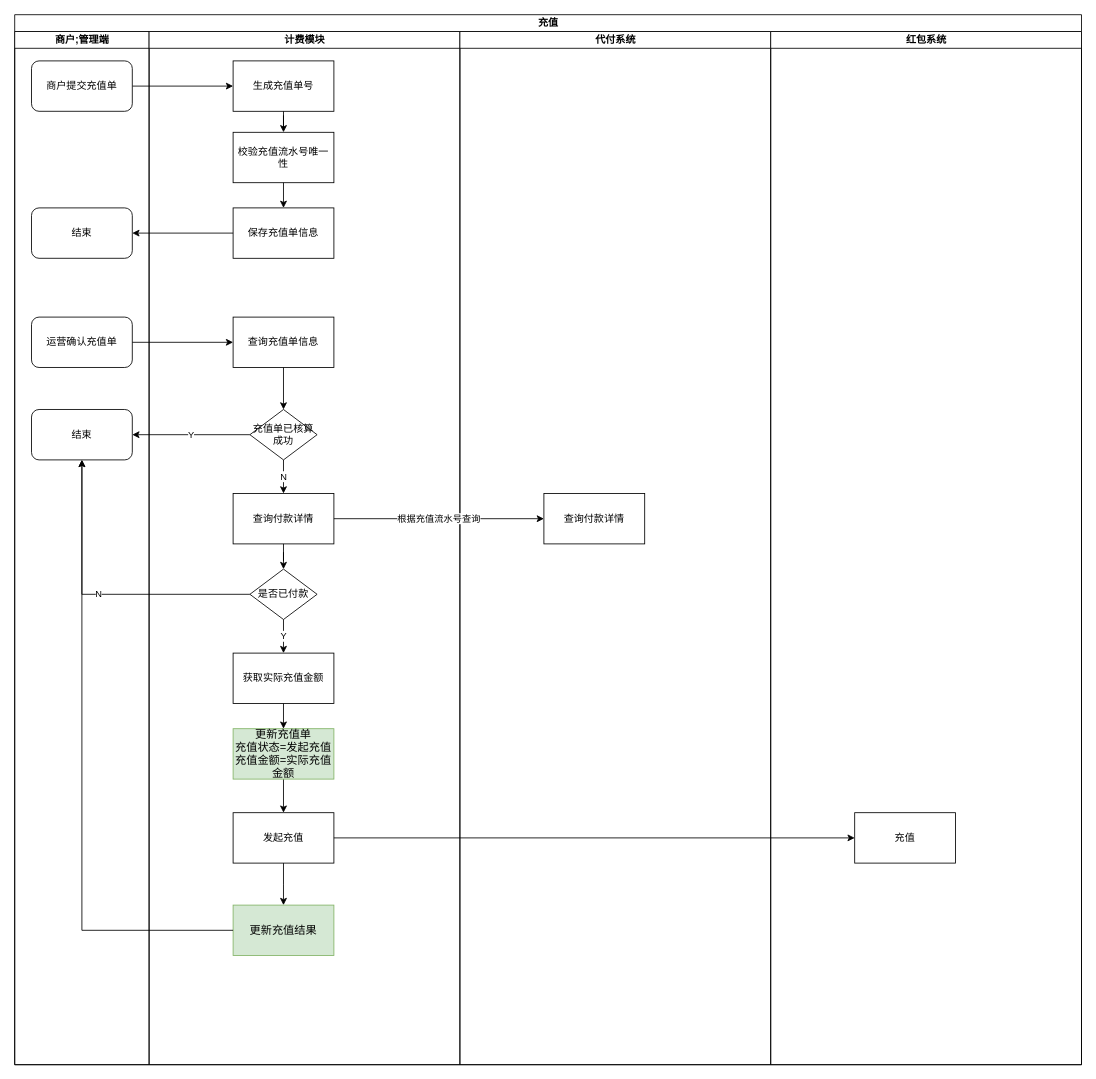
The draw.io diagram page "充值" (6 of 9) of 商业化广告.drawio in pekah/Draw, before the edit. Source tidied: cells renumbered, new cells numbered last; positions are measured from the earlier drawing's top-left corner, leaving out a move shared by most shapes. Both pictures are drawn from the tidied source at 84%, with x=0, y=0 at pixel (14, 14).
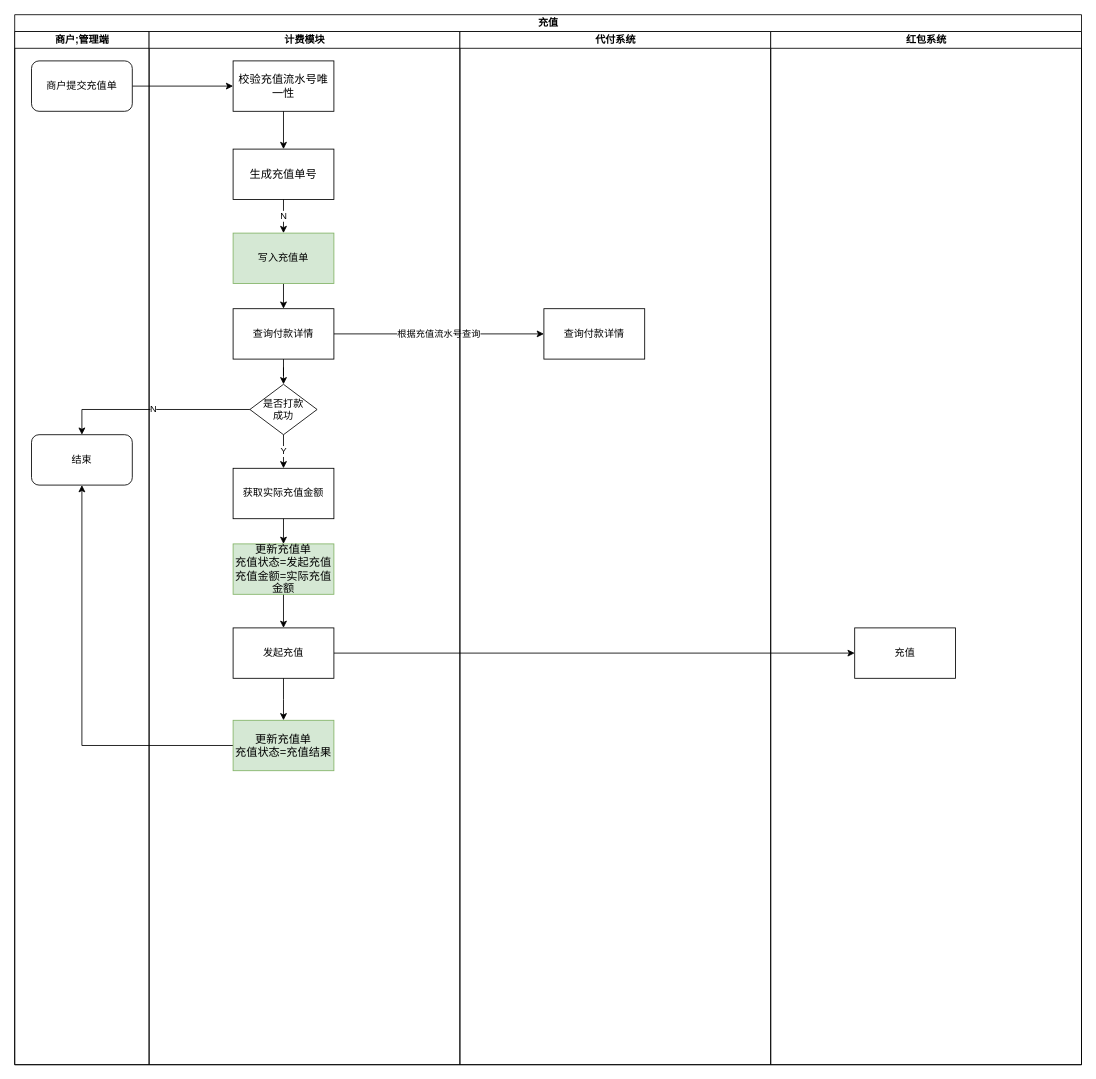
After the change.

The change refers to these unchanged cells:
```xml
<mxCell id="2" value="充值" style="swimlane;html=1;startSize=20;" parent="1" vertex="1">
  <mxGeometry width="1270" height="1250" as="geometry" />
</mxCell>
<mxCell id="4" value="商户;管理端" style="swimlane;html=1;startSize=20;" parent="2" vertex="1">
  <mxGeometry y="20" width="160" height="1230" as="geometry" />
</mxCell>
<mxCell id="9" value="计费模块" style="swimlane;html=1;startSize=20;" parent="2" vertex="1">
  <mxGeometry x="160" y="20" width="370" height="1230" as="geometry" />
</mxCell>
<mxCell id="27" value="代付系统" style="swimlane;html=1;startSize=20;" parent="2" vertex="1">
  <mxGeometry x="530" y="20" width="370" height="1230" as="geometry" />
</mxCell>
<mxCell id="35" value="红包系统" style="swimlane;html=1;startSize=20;" parent="2" vertex="1">
  <mxGeometry x="900" y="20" width="370" height="1230" as="geometry" />
</mxCell>
```

Change to the diagram source:
```diff
@@
-    <mxCell id="6" value="运营确认充值单" style="rounded=1;whiteSpace=wrap;html=1;" parent="4" vertex="1">
-      <mxGeometry x="20" y="340" width="120" height="60" as="geometry" />
-    </mxCell>
-    <mxCell id="7" value="结束" style="rounded=1;whiteSpace=wrap;html=1;" parent="4" vertex="1">
-      <mxGeometry x="20" y="210" width="120" height="60" as="geometry" />
-    </mxCell>
-    <mxCell id="8" value="结束" style="rounded=1;whiteSpace=wrap;html=1;" parent="4" vertex="1">
-      <mxGeometry x="20" y="450" width="120" height="60" as="geometry" />
-    </mxCell>
+    <mxCell id="41" value="结束" style="rounded=1;whiteSpace=wrap;html=1;" parent="4" vertex="1">
+      <mxGeometry x="20" y="480" width="120" height="60" as="geometry" />
+    </mxCell>
+    <mxCell id="32" value="根据充值流水号查询" style="edgeStyle=orthogonalEdgeStyle;rounded=0;jettySize=auto;html=1;exitX=1;exitY=0.5;exitDx=0;exitDy=0;entryX=0;entryY=0.5;entryDx=0;entryDy=0;" parent="2" edge="1" source="18" target="28">
+      <mxGeometry relative="1" as="geometry" />
+    </mxCell>
+    <mxCell id="33" value="N" style="edgeStyle=orthogonalEdgeStyle;rounded=0;jettySize=auto;html=1;entryX=0.5;entryY=0;entryDx=0;entryDy=0;" parent="2" edge="1" source="20" target="41">
+      <mxGeometry relative="1" as="geometry" />
+    </mxCell>
+    <mxCell id="34" style="edgeStyle=orthogonalEdgeStyle;rounded=0;jettySize=auto;html=1;exitX=1;exitY=0.5;exitDx=0;exitDy=0;" parent="2" edge="1" source="25" target="36">
+      <mxGeometry relative="1" as="geometry" />
+    </mxCell>
+    <mxCell id="37" style="edgeStyle=orthogonalEdgeStyle;rounded=0;jettySize=auto;html=1;entryX=0.5;entryY=1;entryDx=0;entryDy=0;" parent="2" edge="1" source="26" target="41">
+      <mxGeometry relative="1" as="geometry" />
+    </mxCell>
@@
-    <mxCell id="10" value="生成充值单号" style="rounded=0;whiteSpace=wrap;html=1;" parent="9" vertex="1">
+    <mxCell id="10" value="&lt;span style=&quot;font-size: 13.3333px&quot;&gt;校验充值流水号唯一性&lt;/span&gt;" style="rounded=0;whiteSpace=wrap;html=1;" parent="9" vertex="1">
       <mxGeometry x="100" y="35" width="120" height="60" as="geometry" />
     </mxCell>
-    <mxCell id="11" value="校验充值流水号唯一性" style="rounded=0;whiteSpace=wrap;html=1;" parent="9" vertex="1">
-      <mxGeometry x="100" y="120" width="120" height="60" as="geometry" />
+    <mxCell id="11" value="&lt;span style=&quot;font-size: 13.3333px&quot;&gt;生成充值单号&lt;/span&gt;" style="rounded=0;whiteSpace=wrap;html=1;" parent="9" vertex="1">
+      <mxGeometry x="100" y="140" width="120" height="60" as="geometry" />
     </mxCell>
@@
-    <mxCell id="13" value="保存充值单信息" style="rounded=0;whiteSpace=wrap;html=1;" parent="9" vertex="1">
-      <mxGeometry x="100" y="210" width="120" height="60" as="geometry" />
-    </mxCell>
-    <mxCell id="14" style="edgeStyle=orthogonalEdgeStyle;rounded=0;jettySize=auto;html=1;exitX=0.5;exitY=1;exitDx=0;exitDy=0;entryX=0.5;entryY=0;entryDx=0;entryDy=0;" parent="9" edge="1" source="11" target="13">
-      <mxGeometry relative="1" as="geometry" />
-    </mxCell>
-    <mxCell id="15" value="查询充值单信息" style="rounded=0;whiteSpace=wrap;html=1;" parent="9" vertex="1">
-      <mxGeometry x="100" y="340" width="120" height="60" as="geometry" />
-    </mxCell>
-    <mxCell id="16" style="edgeStyle=orthogonalEdgeStyle;rounded=0;jettySize=auto;html=1;entryX=0.5;entryY=0;entryDx=0;entryDy=0;" parent="9" edge="1" source="15" target="17">
-      <mxGeometry relative="1" as="geometry" />
-    </mxCell>
-    <mxCell id="17" value="充值单已核算成功" style="rhombus;whiteSpace=wrap;html=1;" parent="9" vertex="1">
-      <mxGeometry x="120" y="450" width="80" height="60" as="geometry" />
-    </mxCell>
     <mxCell id="18" value="查询付款详情" style="rounded=0;whiteSpace=wrap;html=1;" parent="9" vertex="1">
-      <mxGeometry x="100" y="550" width="120" height="60" as="geometry" />
+      <mxGeometry x="100" y="330" width="120" height="60" as="geometry" />
     </mxCell>
-    <mxCell id="19" value="N" style="edgeStyle=orthogonalEdgeStyle;rounded=0;jettySize=auto;html=1;exitX=0.5;exitY=1;exitDx=0;exitDy=0;entryX=0.5;entryY=0;entryDx=0;entryDy=0;" parent="9" edge="1" source="17" target="18">
-      <mxGeometry relative="1" as="geometry" />
+    <mxCell id="19" value="N" style="edgeStyle=orthogonalEdgeStyle;rounded=0;jettySize=auto;html=1;exitX=0.5;exitY=1;exitDx=0;exitDy=0;" parent="9" edge="1" source="11">
+      <mxGeometry relative="1" as="geometry">
+        <mxPoint x="160" y="240" as="targetPoint" />
+      </mxGeometry>
     </mxCell>
-    <mxCell id="20" value="是否已付款" style="rhombus;whiteSpace=wrap;html=1;" parent="9" vertex="1">
-      <mxGeometry x="120" y="640" width="80" height="60" as="geometry" />
+    <mxCell id="20" value="是否打款&lt;br&gt;成功" style="rhombus;whiteSpace=wrap;html=1;" parent="9" vertex="1">
+      <mxGeometry x="120" y="420" width="80" height="60" as="geometry" />
     </mxCell>
@@
     <mxCell id="22" value="获取实际充值金额" style="rounded=0;whiteSpace=wrap;html=1;" parent="9" vertex="1">
-      <mxGeometry x="100" y="740" width="120" height="60" as="geometry" />
+      <mxGeometry x="100" y="520" width="120" height="60" as="geometry" />
     </mxCell>
@@
     <mxCell id="24" value="&lt;span style=&quot;font-size: 13.3333px&quot;&gt;更新充值单&lt;/span&gt;&lt;br style=&quot;font-size: 13.3333px&quot;&gt;&lt;span style=&quot;font-size: 13.3333px&quot;&gt;充值状态=发起充值&lt;br&gt;充值金额=实际充值金额&lt;br&gt;&lt;/span&gt;" style="rounded=0;whiteSpace=wrap;html=1;fillColor=#d5e8d4;strokeColor=#82b366;" parent="9" vertex="1">
-      <mxGeometry x="100" y="830" width="120" height="60" as="geometry" />
+      <mxGeometry x="100" y="610" width="120" height="60" as="geometry" />
     </mxCell>
     <mxCell id="25" value="发起充值" style="rounded=0;whiteSpace=wrap;html=1;" parent="9" vertex="1">
-      <mxGeometry x="100" y="930" width="120" height="60" as="geometry" />
+      <mxGeometry x="100" y="710" width="120" height="60" as="geometry" />
     </mxCell>
-    <mxCell id="26" value="&lt;span style=&quot;font-size: 13.3333px&quot;&gt;更新充值结果&lt;br&gt;&lt;/span&gt;" style="rounded=0;whiteSpace=wrap;html=1;fillColor=#d5e8d4;strokeColor=#82b366;" parent="9" vertex="1">
-      <mxGeometry x="100" y="1040" width="120" height="60" as="geometry" />
+    <mxCell id="26" value="&lt;span style=&quot;font-size: 13.3333px&quot;&gt;更新充值单&lt;br&gt;充值状态=充值结果&lt;br&gt;&lt;/span&gt;" style="rounded=0;whiteSpace=wrap;html=1;fillColor=#d5e8d4;strokeColor=#82b366;" parent="9" vertex="1">
+      <mxGeometry x="100" y="820" width="120" height="60" as="geometry" />
     </mxCell>
+    <mxCell id="42" style="edgeStyle=orthogonalEdgeStyle;rounded=0;jettySize=auto;html=1;exitX=0.5;exitY=1;exitDx=0;exitDy=0;entryX=0.5;entryY=0;entryDx=0;entryDy=0;" parent="9" edge="1" source="43" target="18">
+      <mxGeometry relative="1" as="geometry" />
+    </mxCell>
+    <mxCell id="43" value="写入充值单" style="rounded=0;whiteSpace=wrap;html=1;fillColor=#d5e8d4;strokeColor=#82b366;" parent="9" vertex="1">
+      <mxGeometry x="100" y="240" width="120" height="60" as="geometry" />
+    </mxCell>
@@
     <mxCell id="28" value="查询付款详情" style="rounded=0;whiteSpace=wrap;html=1;" parent="27" vertex="1">
-      <mxGeometry x="100" y="550" width="120" height="60" as="geometry" />
+      <mxGeometry x="100" y="330" width="120" height="60" as="geometry" />
     </mxCell>
-    <mxCell id="29" style="edgeStyle=orthogonalEdgeStyle;rounded=0;jettySize=auto;html=1;" parent="2" edge="1" source="13" target="7">
-      <mxGeometry relative="1" as="geometry" />
-    </mxCell>
-    <mxCell id="30" style="edgeStyle=orthogonalEdgeStyle;rounded=0;jettySize=auto;html=1;" parent="2" edge="1" source="6" target="15">
-      <mxGeometry relative="1" as="geometry" />
-    </mxCell>
-    <mxCell id="31" value="Y" style="edgeStyle=orthogonalEdgeStyle;rounded=0;jettySize=auto;html=1;exitX=0;exitY=0.5;exitDx=0;exitDy=0;" parent="2" edge="1" source="17" target="8">
-      <mxGeometry relative="1" as="geometry" />
-    </mxCell>
-    <mxCell id="32" value="根据充值流水号查询" style="edgeStyle=orthogonalEdgeStyle;rounded=0;jettySize=auto;html=1;exitX=1;exitY=0.5;exitDx=0;exitDy=0;entryX=0;entryY=0.5;entryDx=0;entryDy=0;" parent="2" edge="1" source="18" target="28">
-      <mxGeometry relative="1" as="geometry" />
-    </mxCell>
-    <mxCell id="33" value="N" style="edgeStyle=orthogonalEdgeStyle;rounded=0;jettySize=auto;html=1;entryX=0.5;entryY=1;entryDx=0;entryDy=0;" parent="2" edge="1" source="20" target="8">
-      <mxGeometry relative="1" as="geometry" />
-    </mxCell>
-    <mxCell id="34" style="edgeStyle=orthogonalEdgeStyle;rounded=0;jettySize=auto;html=1;exitX=1;exitY=0.5;exitDx=0;exitDy=0;" parent="2" edge="1" source="25" target="36">
-      <mxGeometry relative="1" as="geometry" />
-    </mxCell>
@@
     <mxCell id="36" value="充值" style="rounded=0;whiteSpace=wrap;html=1;" parent="35" vertex="1">
-      <mxGeometry x="100" y="930" width="120" height="60" as="geometry" />
+      <mxGeometry x="100" y="710" width="120" height="60" as="geometry" />
     </mxCell>
-    <mxCell id="37" style="edgeStyle=orthogonalEdgeStyle;rounded=0;jettySize=auto;html=1;entryX=0.5;entryY=1;entryDx=0;entryDy=0;" parent="2" edge="1" source="26" target="8">
-      <mxGeometry relative="1" as="geometry" />
-    </mxCell>
     <mxCell id="38" value="Y" style="edgeStyle=orthogonalEdgeStyle;rounded=0;jettySize=auto;html=1;exitX=0.5;exitY=1;exitDx=0;exitDy=0;" parent="1" edge="1" source="20">
       <mxGeometry relative="1" as="geometry">
-        <mxPoint x="320" y="760" as="targetPoint" />
+        <mxPoint x="320" y="540" as="targetPoint" />
       </mxGeometry>
     </mxCell>
     <mxCell id="39" style="edgeStyle=orthogonalEdgeStyle;rounded=0;jettySize=auto;html=1;exitX=0.5;exitY=1;exitDx=0;exitDy=0;" parent="1" edge="1" source="22">
       <mxGeometry relative="1" as="geometry">
-        <mxPoint x="320" y="850" as="targetPoint" />
+        <mxPoint x="320" y="630" as="targetPoint" />
       </mxGeometry>
     </mxCell>
     <mxCell id="40" style="edgeStyle=orthogonalEdgeStyle;rounded=0;jettySize=auto;html=1;exitX=0.5;exitY=1;exitDx=0;exitDy=0;" parent="1" edge="1" source="25">
       <mxGeometry relative="1" as="geometry">
-        <mxPoint x="320" y="1060" as="targetPoint" />
+        <mxPoint x="320" y="840" as="targetPoint" />
       </mxGeometry>
     </mxCell>
```
